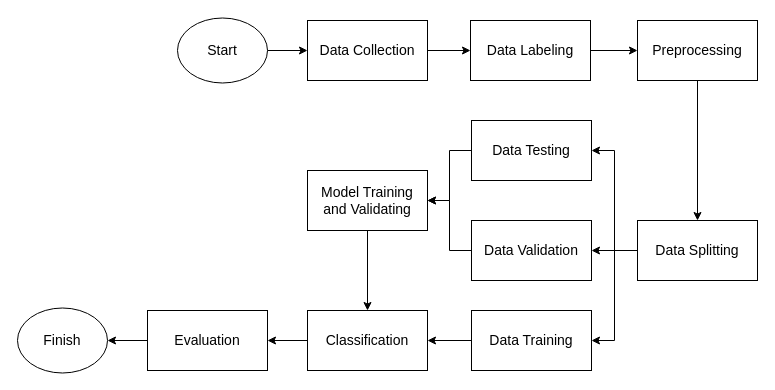
This is Diagram Blok Proses.drawio from erlanggadewa/Sentiment-Analysis-Review-Steam, a draw.io file, before an edit. Source tidied: cells renumbered, new cells numbered last; positions are measured from the earlier drawing's top-left corner, leaving out a move shared by most shapes. Both pictures are drawn from the tidied source at 100%, with x=0, y=0 at pixel (17, 18).
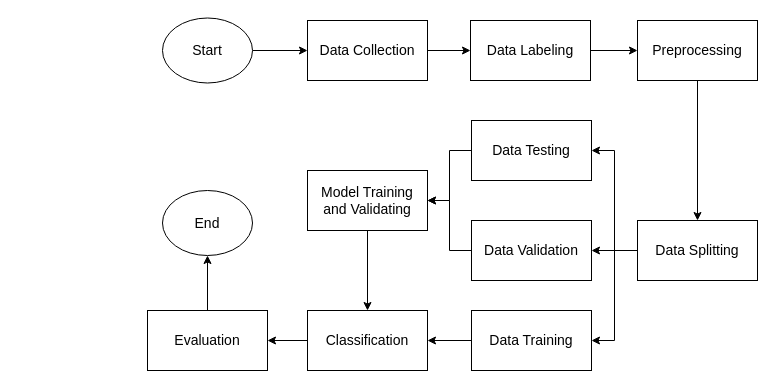
After the change.

The change refers to these unchanged cells:
```xml
<mxCell id="20" value="Evaluation" style="rounded=0;whiteSpace=wrap;html=1;fontSize=14;" parent="1" vertex="1">
  <mxGeometry x="130" y="292" width="120" height="60" as="geometry" />
</mxCell>
```

The edit, as a diff of the source:
```diff
@@
     <mxCell id="3" value="Start" style="ellipse;whiteSpace=wrap;html=1;fontSize=14;" parent="1" vertex="1">
-      <mxGeometry x="160" y="-0.5" width="90" height="65" as="geometry" />
+      <mxGeometry x="145" y="-0.5" width="90" height="65" as="geometry" />
     </mxCell>
@@
-    <mxCell id="8" value="Finish" style="ellipse;whiteSpace=wrap;html=1;fontSize=14;" parent="1" vertex="1">
-      <mxGeometry y="289.5" width="90" height="65" as="geometry" />
+    <mxCell id="8" value="End" style="ellipse;whiteSpace=wrap;html=1;fontSize=14;" parent="1" vertex="1">
+      <mxGeometry x="145" y="172" width="90" height="65" as="geometry" />
     </mxCell>
@@
-    <mxCell id="19" style="edgeStyle=orthogonalEdgeStyle;rounded=0;jettySize=auto;html=1;entryX=1;entryY=0.5;entryDx=0;entryDy=0;fontSize=14;" parent="1" edge="1" source="20" target="8">
+    <mxCell id="19" style="edgeStyle=orthogonalEdgeStyle;rounded=0;jettySize=auto;html=1;entryX=0.5;entryY=1;entryDx=0;entryDy=0;" parent="1" edge="1" source="20" target="8">
       <mxGeometry relative="1" as="geometry" />
     </mxCell>
```
